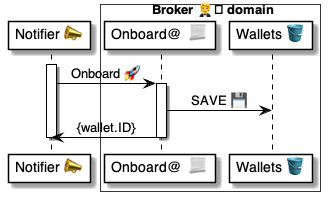
pollyweb-org/pollyweb-docs keeps this PlantUML diagram as 4 ⚙️ Solution/20 🧑‍🦰 UI/Brokers 🤵/🤵🅰️ Broker methods/Wallets 🧑‍🦰 Onboard 📣🚀🤵/🤵 Onboard ⚙️ uml.png. Above is the earlier version. Its source is kept beside it as 4 ⚙️ Solution/20 🧑‍🦰 UI/Brokers 🤵/🤵🅰️ Broker methods/Wallets 🧑‍🦰 Onboard 📣🚀🤵/🤵 Onboard ⚙️ uml.puml.
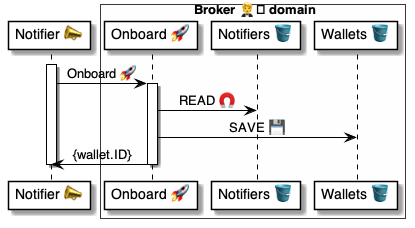
Above is the later version.

What changed in the source:
```diff
@@ -4,7 +4,8 @@
 participant "Notifier 📣" as wallet
 
 box Broker 🤵️ domain #FFFFFA
-    participant "Onboard@  📃" as broker
+    participant "Onboard 🚀" as broker
+    participant "Notifiers 🪣" as notifiers
     participant "Wallets 🪣" as wallets
 end box
 
@@ -12,6 +13,7 @@
     wallet -> broker: Onboard 🚀
 
     activate broker
+        broker -> notifiers: READ 🧲
         broker -> wallets: SAVE 💾
         broker -> wallet: {wallet.ID}
     deactivate broker
```
